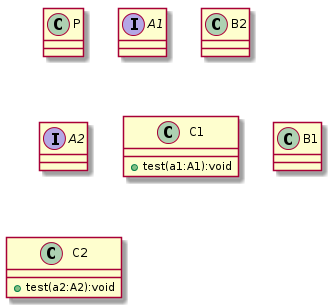
Earlier version of the PlantUML export Output-Diagrams/OutputClassDiagram1.png (amitakamat/Amita-Kamat-CMPE-202).
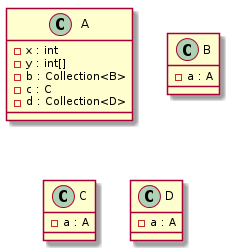
Above is the later version.

Diff of the diagram source:
```diff
@@ -1,18 +1,18 @@
 @startuml
-class P {
+class A {
+-x : int
+-y : int[]
+-b : Collection<B>
+-c : C
+-d : Collection<D>
 }
-interface A1 {
+class B {
+-a : A
 }
-class B2 {
+class C {
+-a : A
 }
-interface A2 {
-}
-class C1 {
-+ test(a1:A1):void
-}
-class B1 {
-}
-class C2 {
-+ test(a2:A2):void
+class D {
+-a : A
 }
 @enduml
```
